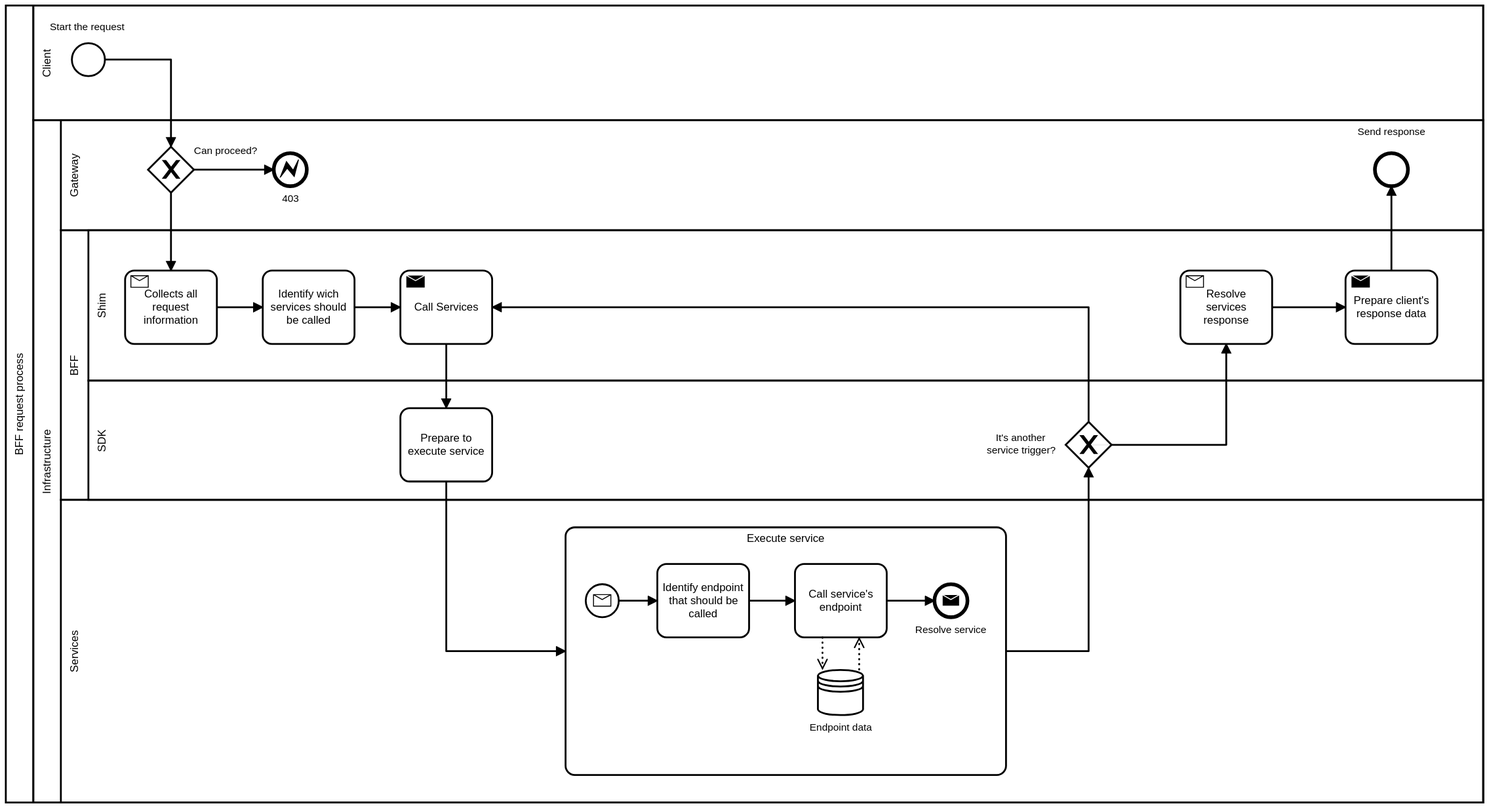
Earlier version of the BPMN export bff.svg (danielbonifacio/bff). Its source is kept beside it as bff.bpmn. Ids are renumbered.
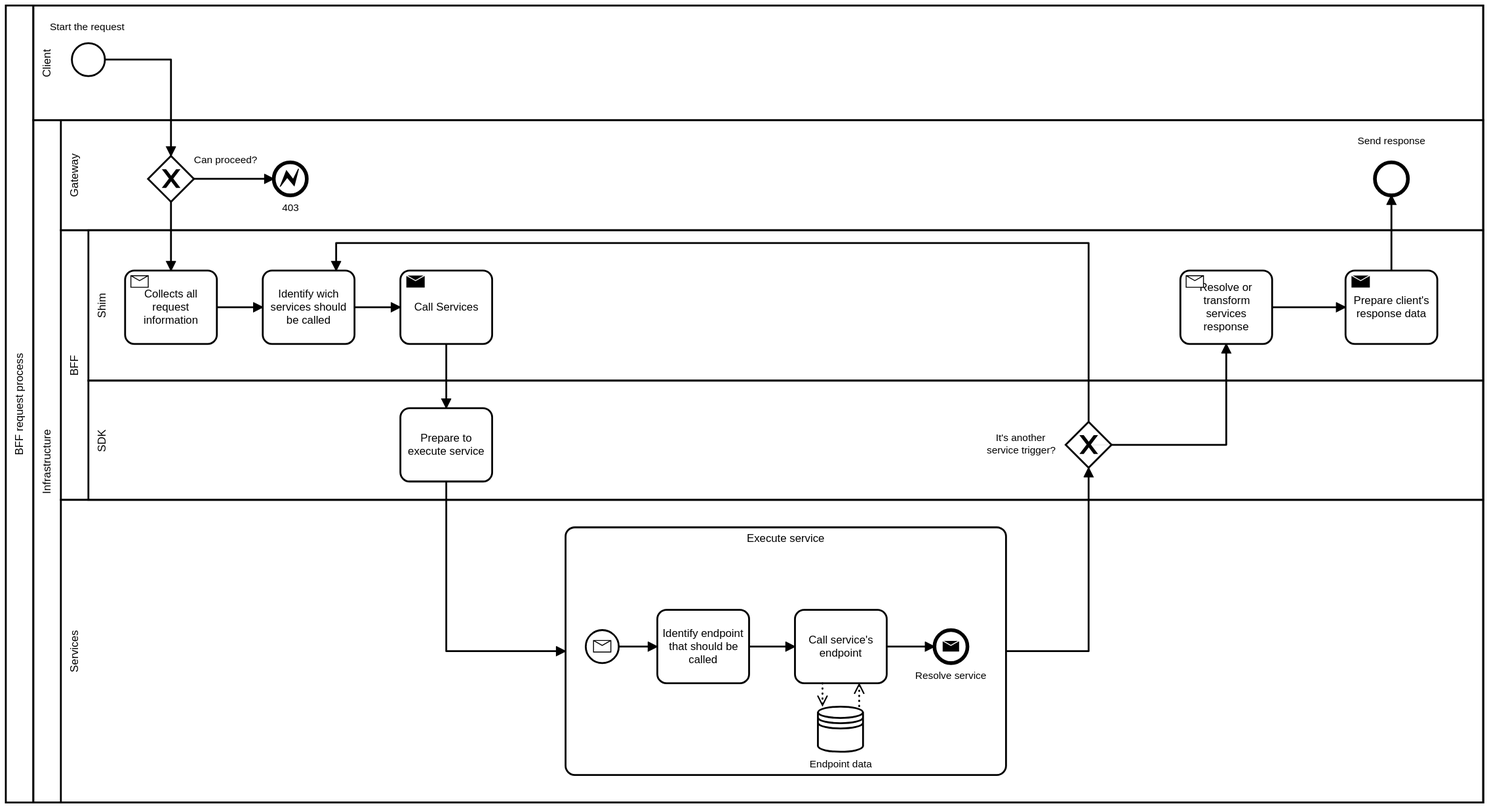
Above is the later version.

Diff of the diagram source:
```diff
@@ -5,17 +5,17 @@
   <bpmn:process id="Process_n4" isExecutable="false">
     <bpmn:laneSet id="LaneSet_n5">
       <bpmn:lane id="Lane_n6" name="Infrastructure">
-        <bpmn:flowNodeRef>ExclusiveGateway_n7</bpmn:flowNodeRef>
         <bpmn:flowNodeRef>Task_n8</bpmn:flowNodeRef>
         <bpmn:flowNodeRef>Task_n9</bpmn:flowNodeRef>
         <bpmn:flowNodeRef>Task_n10</bpmn:flowNodeRef>
-        <bpmn:flowNodeRef>EndEvent_n11</bpmn:flowNodeRef>
         <bpmn:flowNodeRef>Task_n12</bpmn:flowNodeRef>
         <bpmn:flowNodeRef>ExclusiveGateway_n13</bpmn:flowNodeRef>
         <bpmn:flowNodeRef>Task_n14</bpmn:flowNodeRef>
         <bpmn:flowNodeRef>Task_n15</bpmn:flowNodeRef>
+        <bpmn:flowNodeRef>Task_n17</bpmn:flowNodeRef>
+        <bpmn:flowNodeRef>ExclusiveGateway_n7</bpmn:flowNodeRef>
+        <bpmn:flowNodeRef>EndEvent_n11</bpmn:flowNodeRef>
         <bpmn:flowNodeRef>EndEvent_n16</bpmn:flowNodeRef>
-        <bpmn:flowNodeRef>Task_n17</bpmn:flowNodeRef>
       </bpmn:lane>
       <bpmn:lane id="Lane_n18" name="BFF">
         <bpmn:flowNodeRef>Task_n8</bpmn:flowNodeRef>
@@ -52,28 +52,19 @@
     <bpmn:startEvent id="StartEvent_n21" name="Start the request">
       <bpmn:outgoing>SequenceFlow_n25</bpmn:outgoing>
     </bpmn:startEvent>
-    <bpmn:exclusiveGateway id="ExclusiveGateway_n7" name="Can proceed?">
-      <bpmn:incoming>SequenceFlow_n25</bpmn:incoming>
-      <bpmn:outgoing>SequenceFlow_n26</bpmn:outgoing>
-      <bpmn:outgoing>SequenceFlow_n27</bpmn:outgoing>
-    </bpmn:exclusiveGateway>
     <bpmn:task id="Task_n8" name="Identify wich services should be called">
       <bpmn:incoming>SequenceFlow_n28</bpmn:incoming>
+      <bpmn:incoming>SequenceFlow_n30</bpmn:incoming>
       <bpmn:outgoing>SequenceFlow_n29</bpmn:outgoing>
     </bpmn:task>
     <bpmn:sendTask id="Task_n9" name="Call Services">
       <bpmn:incoming>SequenceFlow_n29</bpmn:incoming>
-      <bpmn:incoming>SequenceFlow_n30</bpmn:incoming>
       <bpmn:outgoing>SequenceFlow_n31</bpmn:outgoing>
     </bpmn:sendTask>
     <bpmn:receiveTask id="Task_n10" name="Collects all request information">
       <bpmn:incoming>SequenceFlow_n27</bpmn:incoming>
       <bpmn:outgoing>SequenceFlow_n28</bpmn:outgoing>
     </bpmn:receiveTask>
-    <bpmn:endEvent id="EndEvent_n11" name="403">
-      <bpmn:incoming>SequenceFlow_n26</bpmn:incoming>
-      <bpmn:errorEventDefinition />
-    </bpmn:endEvent>
     <bpmn:task id="Task_n12" name="Prepare to execute service">
       <bpmn:incoming>SequenceFlow_n31</bpmn:incoming>
       <bpmn:outgoing>SequenceFlow_n32</bpmn:outgoing>
@@ -83,7 +74,7 @@
       <bpmn:outgoing>SequenceFlow_n30</bpmn:outgoing>
       <bpmn:outgoing>SequenceFlow_n34</bpmn:outgoing>
     </bpmn:exclusiveGateway>
-    <bpmn:receiveTask id="Task_n14" name="Resolve services response">
+    <bpmn:receiveTask id="Task_n14" name="Resolve or&#10;transform services response">
       <bpmn:incoming>SequenceFlow_n34</bpmn:incoming>
       <bpmn:outgoing>SequenceFlow_n35</bpmn:outgoing>
     </bpmn:receiveTask>
@@ -91,9 +82,6 @@
       <bpmn:incoming>SequenceFlow_n35</bpmn:incoming>
       <bpmn:outgoing>SequenceFlow_n36</bpmn:outgoing>
     </bpmn:sendTask>
-    <bpmn:endEvent id="EndEvent_n16" name="Send response">
-      <bpmn:incoming>SequenceFlow_n36</bpmn:incoming>
-    </bpmn:endEvent>
     <bpmn:subProcess id="Task_n17" name="Execute service">
       <bpmn:incoming>SequenceFlow_n32</bpmn:incoming>
       <bpmn:outgoing>SequenceFlow_n33</bpmn:outgoing>
@@ -134,10 +122,22 @@
     <bpmn:sequenceFlow id="SequenceFlow_n31" sourceRef="Task_n9" targetRef="Task_n12" />
     <bpmn:sequenceFlow id="SequenceFlow_n32" sourceRef="Task_n12" targetRef="Task_n17" />
     <bpmn:sequenceFlow id="SequenceFlow_n33" sourceRef="Task_n17" targetRef="ExclusiveGateway_n13" />
-    <bpmn:sequenceFlow id="SequenceFlow_n30" sourceRef="ExclusiveGateway_n13" targetRef="Task_n9" />
+    <bpmn:sequenceFlow id="SequenceFlow_n30" sourceRef="ExclusiveGateway_n13" targetRef="Task_n8" />
     <bpmn:sequenceFlow id="SequenceFlow_n34" sourceRef="ExclusiveGateway_n13" targetRef="Task_n14" />
     <bpmn:sequenceFlow id="SequenceFlow_n35" sourceRef="Task_n14" targetRef="Task_n15" />
     <bpmn:sequenceFlow id="SequenceFlow_n36" sourceRef="Task_n15" targetRef="EndEvent_n16" />
+    <bpmn:exclusiveGateway id="ExclusiveGateway_n7" name="Can proceed?">
+      <bpmn:incoming>SequenceFlow_n25</bpmn:incoming>
+      <bpmn:outgoing>SequenceFlow_n26</bpmn:outgoing>
+      <bpmn:outgoing>SequenceFlow_n27</bpmn:outgoing>
+    </bpmn:exclusiveGateway>
+    <bpmn:endEvent id="EndEvent_n11" name="403">
+      <bpmn:incoming>SequenceFlow_n26</bpmn:incoming>
+      <bpmn:errorEventDefinition />
+    </bpmn:endEvent>
+    <bpmn:endEvent id="EndEvent_n16" name="Send response">
+      <bpmn:incoming>SequenceFlow_n36</bpmn:incoming>
+    </bpmn:endEvent>
   </bpmn:process>
   <bpmndi:BPMNDiagram id="BPMNDiagram_1">
     <bpmndi:BPMNPlane id="BPMNPlane_1" bpmnElement="Collaboration_n2">
@@ -166,22 +166,22 @@
         <dc:Bounds x="220" y="206" width="1550" height="120" />
       </bpmndi:BPMNShape>
       <bpmndi:BPMNShape id="ExclusiveGateway_n7_di" bpmnElement="ExclusiveGateway_n7" isMarkerVisible="true">
-        <dc:Bounds x="315" y="235" width="50" height="50" />
+        <dc:Bounds x="315" y="245" width="50" height="50" />
         <bpmndi:BPMNLabel>
-          <dc:Bounds x="365" y="233" width="70" height="14" />
+          <dc:Bounds x="365" y="243" width="70" height="14" />
         </bpmndi:BPMNLabel>
       </bpmndi:BPMNShape>
       <bpmndi:BPMNEdge id="SequenceFlow_n25_di" bpmnElement="SequenceFlow_n25">
         <di:waypoint x="268" y="140" />
         <di:waypoint x="340" y="140" />
-        <di:waypoint x="340" y="235" />
+        <di:waypoint x="340" y="245" />
       </bpmndi:BPMNEdge>
       <bpmndi:BPMNEdge id="SequenceFlow_n26_di" bpmnElement="SequenceFlow_n26">
-        <di:waypoint x="365" y="260" />
-        <di:waypoint x="452" y="260" />
+        <di:waypoint x="365" y="270" />
+        <di:waypoint x="452" y="270" />
       </bpmndi:BPMNEdge>
       <bpmndi:BPMNEdge id="SequenceFlow_n27_di" bpmnElement="SequenceFlow_n27">
-        <di:waypoint x="340" y="285" />
+        <di:waypoint x="340" y="295" />
         <di:waypoint x="340" y="370" />
       </bpmndi:BPMNEdge>
       <bpmndi:BPMNShape id="Task_n8_di" bpmnElement="Task_n8">
@@ -215,9 +215,9 @@
         <dc:Bounds x="290" y="370" width="100" height="80" />
       </bpmndi:BPMNShape>
       <bpmndi:BPMNShape id="EndEvent_1cxrv2t_di" bpmnElement="EndEvent_n11">
-        <dc:Bounds x="452" y="242" width="36" height="36" />
+        <dc:Bounds x="452" y="252" width="36" height="36" />
         <bpmndi:BPMNLabel>
-          <dc:Bounds x="461" y="285" width="19" height="14" />
+          <dc:Bounds x="461" y="295" width="19" height="14" />
         </bpmndi:BPMNLabel>
       </bpmndi:BPMNShape>
       <bpmndi:BPMNEdge id="SequenceFlow_n32_di" bpmnElement="SequenceFlow_n32">
@@ -229,45 +229,45 @@
         <dc:Bounds x="770" y="650" width="480" height="270" />
       </bpmndi:BPMNShape>
       <bpmndi:BPMNShape id="Task_n37_di" bpmnElement="Task_n37">
-        <dc:Bounds x="870" y="690" width="100" height="80" />
+        <dc:Bounds x="870" y="740" width="100" height="80" />
       </bpmndi:BPMNShape>
       <bpmndi:BPMNEdge id="SequenceFlow_n38_di" bpmnElement="SequenceFlow_n38">
-        <di:waypoint x="828" y="730" />
-        <di:waypoint x="870" y="730" />
+        <di:waypoint x="828" y="780" />
+        <di:waypoint x="870" y="780" />
       </bpmndi:BPMNEdge>
       <bpmndi:BPMNShape id="DataStoreReference_n41_di" bpmnElement="DataStoreReference_n41">
-        <dc:Bounds x="1045" y="805" width="50" height="50" />
+        <dc:Bounds x="1045" y="845" width="50" height="50" />
         <bpmndi:BPMNLabel>
-          <dc:Bounds x="1036" y="862" width="68" height="14" />
+          <dc:Bounds x="1036" y="902" width="68" height="14" />
         </bpmndi:BPMNLabel>
       </bpmndi:BPMNShape>
       <bpmndi:BPMNShape id="Task_n42_di" bpmnElement="Task_n42">
-        <dc:Bounds x="1020" y="690" width="100" height="80" />
+        <dc:Bounds x="1020" y="740" width="100" height="80" />
       </bpmndi:BPMNShape>
       <bpmndi:BPMNEdge id="SequenceFlow_n39_di" bpmnElement="SequenceFlow_n39">
-        <di:waypoint x="970" y="730" />
-        <di:waypoint x="1020" y="730" />
+        <di:waypoint x="970" y="780" />
+        <di:waypoint x="1020" y="780" />
       </bpmndi:BPMNEdge>
       <bpmndi:BPMNEdge id="DataOutputAssociation_n46_di" bpmnElement="DataOutputAssociation_n46">
-        <di:waypoint x="1050" y="770" />
-        <di:waypoint x="1050" y="805" />
+        <di:waypoint x="1050" y="820" />
+        <di:waypoint x="1050" y="845" />
       </bpmndi:BPMNEdge>
       <bpmndi:BPMNEdge id="DataInputAssociation_n45_di" bpmnElement="DataInputAssociation_n45">
-        <di:waypoint x="1090" y="805" />
-        <di:waypoint x="1090" y="770" />
+        <di:waypoint x="1090" y="845" />
+        <di:waypoint x="1090" y="820" />
       </bpmndi:BPMNEdge>
       <bpmndi:BPMNEdge id="SequenceFlow_n43_di" bpmnElement="SequenceFlow_n43">
-        <di:waypoint x="1120" y="730" />
-        <di:waypoint x="1172" y="730" />
+        <di:waypoint x="1120" y="780" />
+        <di:waypoint x="1172" y="780" />
       </bpmndi:BPMNEdge>
       <bpmndi:BPMNShape id="EndEvent_14b1xkh_di" bpmnElement="EndEvent_n47">
-        <dc:Bounds x="1172" y="712" width="36" height="36" />
+        <dc:Bounds x="1172" y="762" width="36" height="36" />
         <bpmndi:BPMNLabel>
-          <dc:Bounds x="1151" y="755" width="78" height="14" />
+          <dc:Bounds x="1151" y="805" width="78" height="14" />
         </bpmndi:BPMNLabel>
       </bpmndi:BPMNShape>
       <bpmndi:BPMNShape id="StartEvent_15n0tqq_di" bpmnElement="StartEvent_n40">
-        <dc:Bounds x="792" y="712" width="36" height="36" />
+        <dc:Bounds x="792" y="762" width="36" height="36" />
       </bpmndi:BPMNShape>
       <bpmndi:BPMNShape id="ExclusiveGateway_n13_di" bpmnElement="ExclusiveGateway_n13" isMarkerVisible="true">
         <dc:Bounds x="1315" y="535" width="50" height="50" />
@@ -282,8 +282,9 @@
       </bpmndi:BPMNEdge>
       <bpmndi:BPMNEdge id="SequenceFlow_n30_di" bpmnElement="SequenceFlow_n30">
         <di:waypoint x="1340" y="535" />
-        <di:waypoint x="1340" y="410" />
-        <di:waypoint x="690" y="410" />
+        <di:waypoint x="1340" y="340" />
+        <di:waypoint x="520" y="340" />
+        <di:waypoint x="520" y="370" />
       </bpmndi:BPMNEdge>
       <bpmndi:BPMNEdge id="SequenceFlow_n34_di" bpmnElement="SequenceFlow_n34">
         <di:waypoint x="1340" y="560" />
@@ -301,14 +302,14 @@
         <dc:Bounds x="1620" y="370" width="100" height="80" />
       </bpmndi:BPMNShape>
       <bpmndi:BPMNShape id="EndEvent_n16_di" bpmnElement="EndEvent_n16">
-        <dc:Bounds x="1652" y="242" width="36" height="36" />
+        <dc:Bounds x="1652" y="252" width="36" height="36" />
         <bpmndi:BPMNLabel>
-          <dc:Bounds x="1633" y="212" width="74" height="14" />
+          <dc:Bounds x="1633" y="222" width="74" height="14" />
         </bpmndi:BPMNLabel>
       </bpmndi:BPMNShape>
       <bpmndi:BPMNEdge id="SequenceFlow_n36_di" bpmnElement="SequenceFlow_n36">
         <di:waypoint x="1670" y="370" />
-        <di:waypoint x="1670" y="278" />
+        <di:waypoint x="1670" y="288" />
       </bpmndi:BPMNEdge>
     </bpmndi:BPMNPlane>
   </bpmndi:BPMNDiagram>
```
